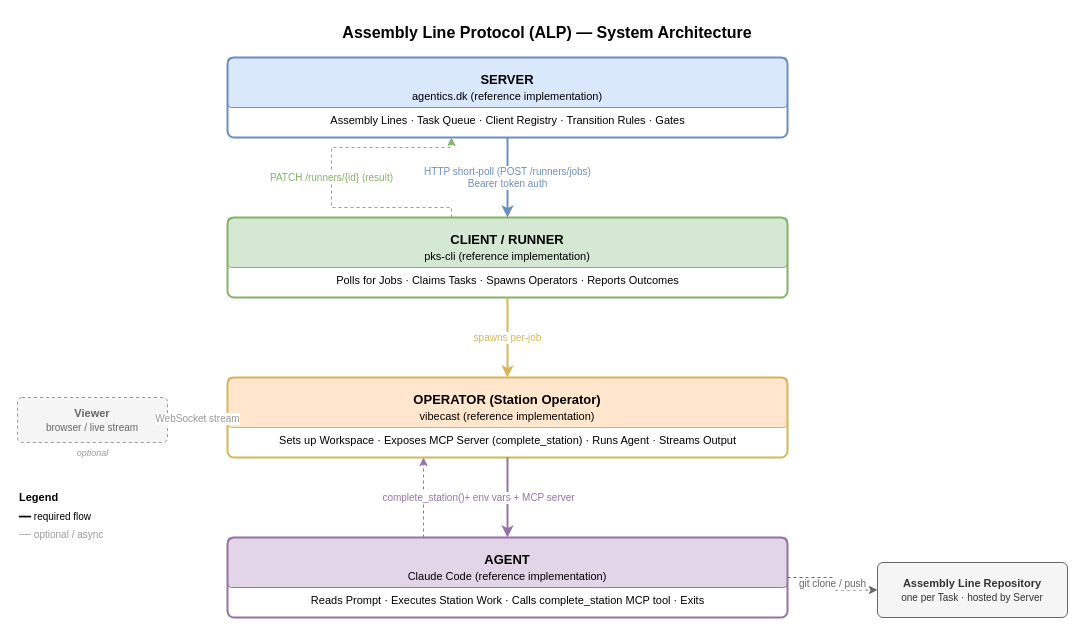
pksorensen/alp-spec keeps this draw.io diagram as 2026-03-30-draft/diagrams/architecture.drawio. Above is the earlier version. Source tidied: cells renumbered, new cells numbered last; positions are measured from the earlier drawing's top-left corner, leaving out a move shared by most shapes. Both pictures are drawn from the tidied source at 100%, with x=0, y=0 at pixel (17, 17).
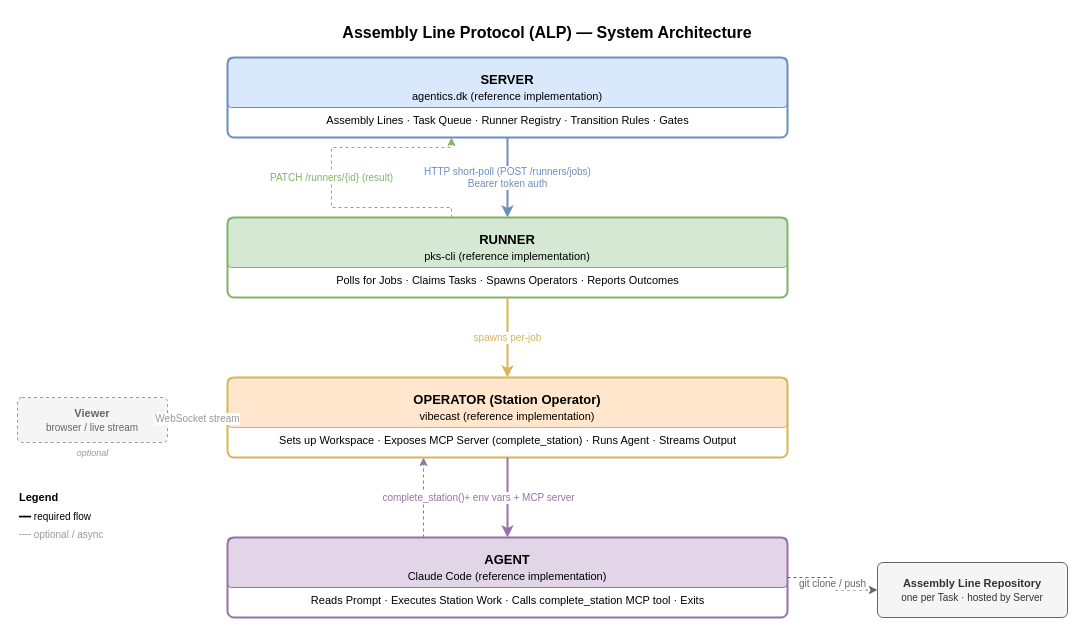
The same page after the edit.

Diff of the diagram source:
```diff
@@
-    <mxCell id="4" value="Assembly Lines  ·  Task Queue  ·  Client Registry  ·  Transition Rules  ·  Gates" style="text;html=1;strokeColor=none;fillColor=none;align=center;verticalAlign=middle;fontSize=11;" parent="1" vertex="1">
+    <mxCell id="4" value="Assembly Lines  ·  Task Queue  ·  Runner Registry  ·  Transition Rules  ·  Gates" style="text;html=1;strokeColor=none;fillColor=none;align=center;verticalAlign=middle;fontSize=11;" parent="1" vertex="1">
       <mxGeometry x="210" y="90" width="560" height="25" as="geometry" />
     </mxCell>
@@
-    <mxCell id="6" value="&lt;b&gt;CLIENT / RUNNER&lt;/b&gt;&lt;br/&gt;&lt;font style='font-size:11px'&gt;pks-cli (reference implementation)&lt;/font&gt;" style="rounded=1;whiteSpace=wrap;html=1;fillColor=#d5e8d4;strokeColor=#82b366;fontSize=13;fontStyle=0;arcSize=8;verticalAlign=top;spacingTop=8;" parent="1" vertex="1">
+    <mxCell id="6" value="&lt;b&gt;RUNNER&lt;/b&gt;&lt;br/&gt;&lt;font style='font-size:11px'&gt;pks-cli (reference implementation)&lt;/font&gt;" style="rounded=1;whiteSpace=wrap;html=1;fillColor=#d5e8d4;strokeColor=#82b366;fontSize=13;fontStyle=0;arcSize=8;verticalAlign=top;spacingTop=8;" parent="1" vertex="1">
       <mxGeometry x="210" y="200" width="560" height="50" as="geometry" />
     </mxCell>
```
